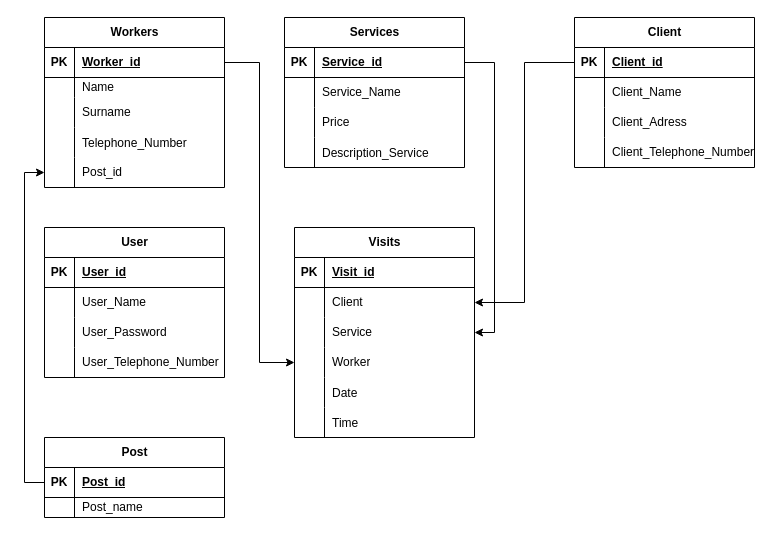
Above: Проект базы данных.drawio in shtorm901/Beauty_Studio_Data_Base (draw.io), before the change. Source tidied: cells renumbered, new cells numbered last; positions are measured from the earlier drawing's top-left corner, leaving out a move shared by most shapes. Both pictures are drawn from the tidied source at 100%, with x=0, y=0 at pixel (44, 17).
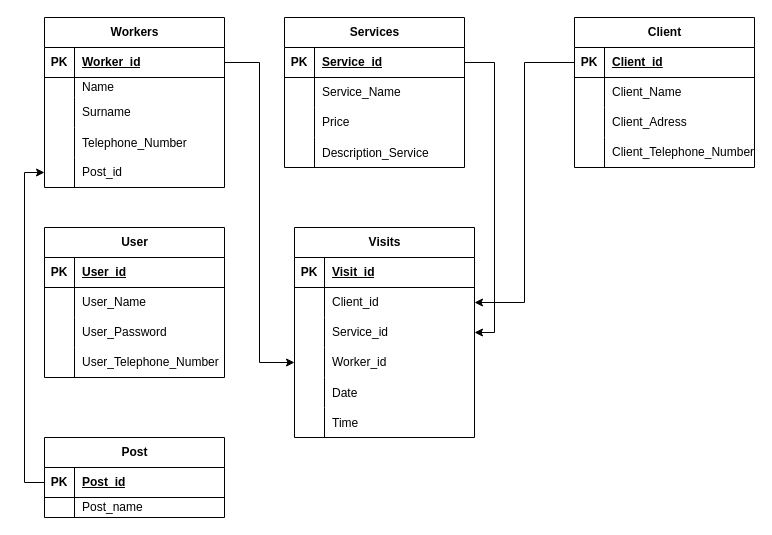
The same page after the edit.

Unchanged cells that the change refers to:
```xml
<mxCell id="69" style="shape=tableRow;horizontal=0;startSize=0;swimlaneHead=0;swimlaneBody=0;fillColor=none;points=[[0,0.5],[1,0.5]];portConstraint=eastwest;top=0;left=0;right=0;bottom=0;" parent="65" vertex="1">
  <mxGeometry y="60" width="180" height="30" as="geometry" />
</mxCell>
<mxCell id="72" style="shape=tableRow;horizontal=0;startSize=0;swimlaneHead=0;swimlaneBody=0;fillColor=none;points=[[0,0.5],[1,0.5]];portConstraint=eastwest;top=0;left=0;right=0;bottom=0;" parent="65" vertex="1">
  <mxGeometry y="90" width="180" height="30" as="geometry" />
</mxCell>
<mxCell id="75" style="shape=tableRow;horizontal=0;startSize=0;swimlaneHead=0;swimlaneBody=0;fillColor=none;points=[[0,0.5],[1,0.5]];portConstraint=eastwest;top=0;left=0;right=0;bottom=0;" parent="65" vertex="1">
  <mxGeometry y="120" width="180" height="30" as="geometry" />
</mxCell>
```

Change to the diagram source:
```diff
@@
-    <mxCell id="71" value="Client" style="shape=partialRectangle;fillColor=none;top=0;left=0;bottom=0;right=0;align=left;spacingLeft=6;overflow=hidden;whiteSpace=wrap;html=1;" parent="69" vertex="1">
+    <mxCell id="71" value="Client_id" style="shape=partialRectangle;fillColor=none;top=0;left=0;bottom=0;right=0;align=left;spacingLeft=6;overflow=hidden;whiteSpace=wrap;html=1;" parent="69" vertex="1">
       <mxGeometry x="30" width="150" height="30" as="geometry" />
     </mxCell>
@@
-    <mxCell id="74" value="Service" style="shape=partialRectangle;fillColor=none;top=0;left=0;bottom=0;right=0;align=left;spacingLeft=6;overflow=hidden;whiteSpace=wrap;html=1;" parent="72" vertex="1">
+    <mxCell id="74" value="Service_id" style="shape=partialRectangle;fillColor=none;top=0;left=0;bottom=0;right=0;align=left;spacingLeft=6;overflow=hidden;whiteSpace=wrap;html=1;" parent="72" vertex="1">
       <mxGeometry x="30" width="150" height="30" as="geometry" />
     </mxCell>
@@
-    <mxCell id="77" value="Worker" style="shape=partialRectangle;fillColor=none;top=0;left=0;bottom=0;right=0;align=left;spacingLeft=6;overflow=hidden;whiteSpace=wrap;html=1;" parent="75" vertex="1">
+    <mxCell id="77" value="Worker_id" style="shape=partialRectangle;fillColor=none;top=0;left=0;bottom=0;right=0;align=left;spacingLeft=6;overflow=hidden;whiteSpace=wrap;html=1;" parent="75" vertex="1">
       <mxGeometry x="30" width="150" height="30" as="geometry" />
     </mxCell>
```
